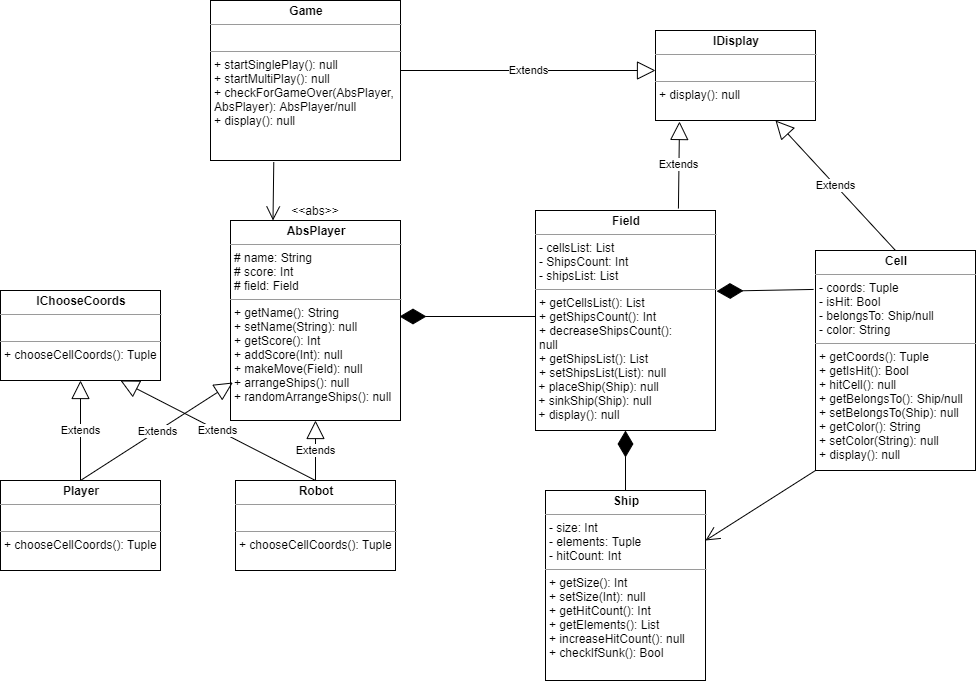
hlib-yudin/battleship keeps this draw.io diagram as uml.png. Above is the earlier version. Source tidied: cells renumbered, new cells last; positions are measured from the earlier drawing's top-left corner, leaving out a move shared by most shapes.
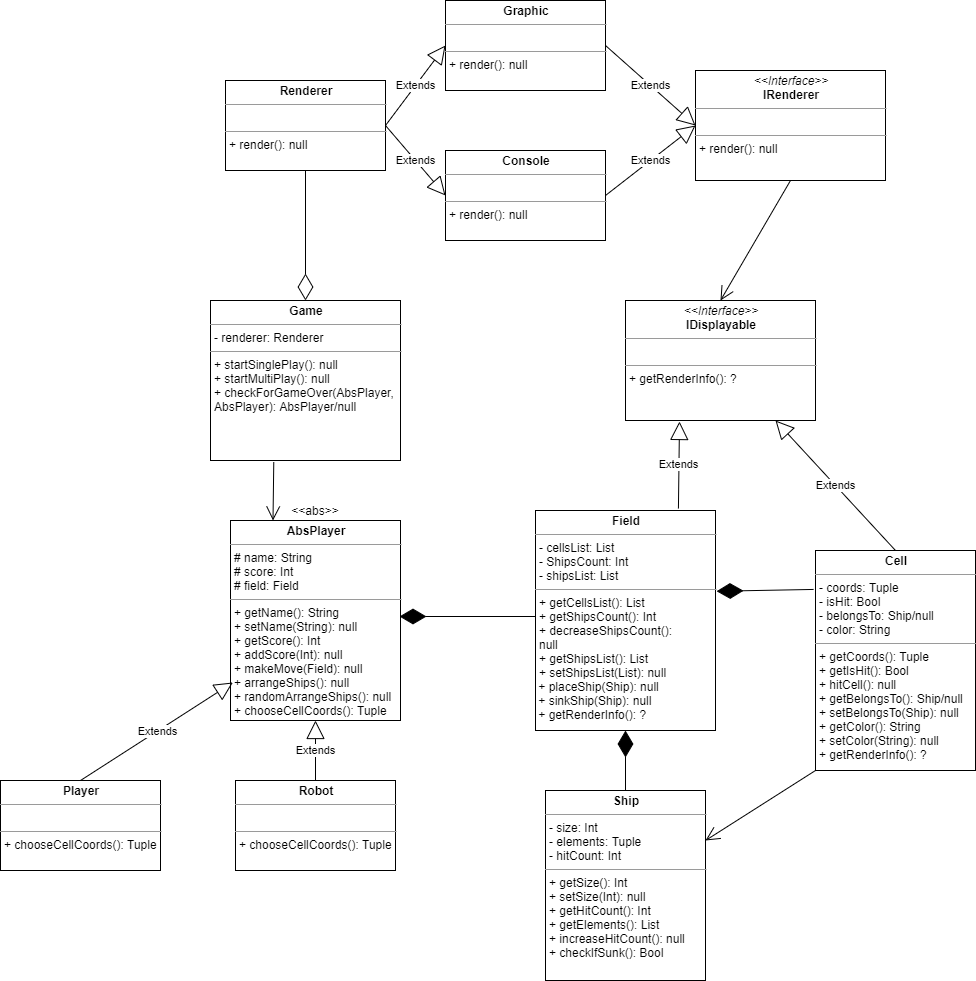
Later version of the same file.

Diff of the diagram source:
```diff
@@ -2,15 +2,12 @@
   <root>
     <mxCell id="0" />
     <mxCell id="1" parent="0" />
-    <mxCell id="2" value="&lt;p style=&quot;margin: 0px ; margin-top: 4px ; text-align: center&quot;&gt;&lt;b&gt;Game&lt;/b&gt;&lt;/p&gt;&lt;hr size=&quot;1&quot;&gt;&lt;p style=&quot;margin: 0px ; margin-left: 4px&quot;&gt;&lt;br&gt;&lt;/p&gt;&lt;hr size=&quot;1&quot;&gt;&lt;p style=&quot;margin: 0px ; margin-left: 4px&quot;&gt;+ startSinglePlay(): null&lt;/p&gt;&lt;p style=&quot;margin: 0px ; margin-left: 4px&quot;&gt;+ startMultiPlay(): null&lt;/p&gt;&lt;p style=&quot;margin: 0px ; margin-left: 4px&quot;&gt;+ checkForGameOver(AbsPlayer,&amp;nbsp;&lt;/p&gt;&lt;p style=&quot;margin: 0px ; margin-left: 4px&quot;&gt;AbsPlayer): AbsPlayer/null&lt;/p&gt;&lt;p style=&quot;margin: 0px ; margin-left: 4px&quot;&gt;+ display(): null&lt;/p&gt;&lt;p style=&quot;margin: 0px ; margin-left: 4px&quot;&gt;&lt;br&gt;&lt;/p&gt;" style="verticalAlign=top;align=left;overflow=fill;fontSize=12;fontFamily=Helvetica;html=1;" parent="1" vertex="1">
+    <mxCell id="2" value="&lt;p style=&quot;margin: 0px ; margin-top: 4px ; text-align: center&quot;&gt;&lt;b&gt;Game&lt;/b&gt;&lt;/p&gt;&lt;hr size=&quot;1&quot;&gt;&lt;p style=&quot;margin: 0px ; margin-left: 4px&quot;&gt;- renderer: Renderer&lt;/p&gt;&lt;hr size=&quot;1&quot;&gt;&lt;p style=&quot;margin: 0px ; margin-left: 4px&quot;&gt;+ startSinglePlay(): null&lt;/p&gt;&lt;p style=&quot;margin: 0px ; margin-left: 4px&quot;&gt;+ startMultiPlay(): null&lt;/p&gt;&lt;p style=&quot;margin: 0px ; margin-left: 4px&quot;&gt;+ checkForGameOver(AbsPlayer,&amp;nbsp;&lt;/p&gt;&lt;p style=&quot;margin: 0px ; margin-left: 4px&quot;&gt;AbsPlayer): AbsPlayer/null&lt;/p&gt;&lt;p style=&quot;margin: 0px ; margin-left: 4px&quot;&gt;&lt;br&gt;&lt;/p&gt;&lt;p style=&quot;margin: 0px ; margin-left: 4px&quot;&gt;&lt;br&gt;&lt;/p&gt;" style="verticalAlign=top;align=left;overflow=fill;fontSize=12;fontFamily=Helvetica;html=1;" parent="1" vertex="1">
       <mxGeometry x="210" width="190" height="160" as="geometry" />
     </mxCell>
-    <mxCell id="3" value="&lt;p style=&quot;margin: 0px ; margin-top: 4px ; text-align: center&quot;&gt;&lt;b&gt;AbsPlayer&lt;/b&gt;&lt;/p&gt;&lt;hr size=&quot;1&quot;&gt;&lt;p style=&quot;margin: 0px ; margin-left: 4px&quot;&gt;# name: String&lt;/p&gt;&lt;p style=&quot;margin: 0px ; margin-left: 4px&quot;&gt;# score: Int&lt;/p&gt;&lt;p style=&quot;margin: 0px ; margin-left: 4px&quot;&gt;# field: Field&lt;/p&gt;&lt;hr size=&quot;1&quot;&gt;&lt;p style=&quot;margin: 0px ; margin-left: 4px&quot;&gt;+ getName(): String&lt;/p&gt;&lt;p style=&quot;margin: 0px ; margin-left: 4px&quot;&gt;+ setName(String): null&lt;/p&gt;&lt;p style=&quot;margin: 0px ; margin-left: 4px&quot;&gt;+ getScore(): Int&lt;/p&gt;&lt;p style=&quot;margin: 0px ; margin-left: 4px&quot;&gt;+ addScore(Int): null&lt;/p&gt;&lt;p style=&quot;margin: 0px ; margin-left: 4px&quot;&gt;+ makeMove(Field): null&lt;/p&gt;&lt;p style=&quot;margin: 0px ; margin-left: 4px&quot;&gt;+ arrangeShips(): null&lt;/p&gt;&lt;p style=&quot;margin: 0px ; margin-left: 4px&quot;&gt;+ randomArrangeShips(): null&lt;/p&gt;" style="verticalAlign=top;align=left;overflow=fill;fontSize=12;fontFamily=Helvetica;html=1;" parent="1" vertex="1">
+    <mxCell id="3" value="&lt;p style=&quot;margin: 0px ; margin-top: 4px ; text-align: center&quot;&gt;&lt;b&gt;AbsPlayer&lt;/b&gt;&lt;/p&gt;&lt;hr size=&quot;1&quot;&gt;&lt;p style=&quot;margin: 0px ; margin-left: 4px&quot;&gt;# name: String&lt;/p&gt;&lt;p style=&quot;margin: 0px ; margin-left: 4px&quot;&gt;# score: Int&lt;/p&gt;&lt;p style=&quot;margin: 0px ; margin-left: 4px&quot;&gt;# field: Field&lt;/p&gt;&lt;hr size=&quot;1&quot;&gt;&lt;p style=&quot;margin: 0px ; margin-left: 4px&quot;&gt;+ getName(): String&lt;/p&gt;&lt;p style=&quot;margin: 0px ; margin-left: 4px&quot;&gt;+ setName(String): null&lt;/p&gt;&lt;p style=&quot;margin: 0px ; margin-left: 4px&quot;&gt;+ getScore(): Int&lt;/p&gt;&lt;p style=&quot;margin: 0px ; margin-left: 4px&quot;&gt;+ addScore(Int): null&lt;/p&gt;&lt;p style=&quot;margin: 0px ; margin-left: 4px&quot;&gt;+ makeMove(Field): null&lt;/p&gt;&lt;p style=&quot;margin: 0px ; margin-left: 4px&quot;&gt;+ arrangeShips(): null&lt;/p&gt;&lt;p style=&quot;margin: 0px ; margin-left: 4px&quot;&gt;+ randomArrangeShips(): null&lt;/p&gt;&lt;p style=&quot;margin: 0px ; margin-left: 4px&quot;&gt;+ chooseCellCoords(): Tuple&lt;/p&gt;" style="verticalAlign=top;align=left;overflow=fill;fontSize=12;fontFamily=Helvetica;html=1;" parent="1" vertex="1">
       <mxGeometry x="230" y="220" width="170" height="200" as="geometry" />
     </mxCell>
-    <mxCell id="4" value="&lt;p style=&quot;margin: 0px ; margin-top: 4px ; text-align: center&quot;&gt;&lt;b&gt;IChooseCoords&lt;/b&gt;&lt;/p&gt;&lt;hr size=&quot;1&quot;&gt;&lt;p style=&quot;margin: 0px ; margin-left: 4px&quot;&gt;&lt;br&gt;&lt;/p&gt;&lt;hr size=&quot;1&quot;&gt;&lt;p style=&quot;margin: 0px ; margin-left: 4px&quot;&gt;+ chooseCellCoords(): Tuple&lt;/p&gt;" style="verticalAlign=top;align=left;overflow=fill;fontSize=12;fontFamily=Helvetica;html=1;" parent="1" vertex="1">
-      <mxGeometry y="290" width="160" height="90" as="geometry" />
-    </mxCell>
     <mxCell id="5" value="&lt;p style=&quot;margin: 0px ; margin-top: 4px ; text-align: center&quot;&gt;&lt;b&gt;Player&lt;/b&gt;&lt;/p&gt;&lt;hr size=&quot;1&quot;&gt;&lt;p style=&quot;margin: 0px ; margin-left: 4px&quot;&gt;&lt;br&gt;&lt;/p&gt;&lt;hr size=&quot;1&quot;&gt;&lt;p style=&quot;margin: 0px ; margin-left: 4px&quot;&gt;+ chooseCellCoords(): Tuple&lt;/p&gt;" style="verticalAlign=top;align=left;overflow=fill;fontSize=12;fontFamily=Helvetica;html=1;" parent="1" vertex="1">
       <mxGeometry y="480" width="160" height="90" as="geometry" />
     </mxCell>
@@ -23,7 +20,7 @@
     <mxCell id="8" style="endArrow=open;endFill=1;endSize=12;html=1;entryX=0.25;entryY=0;entryDx=0;entryDy=0;exitX=0.333;exitY=1.011;exitDx=0;exitDy=0;exitPerimeter=0;" parent="1" edge="1" source="2" target="3">
       <mxGeometry relative="1" as="geometry" />
     </mxCell>
-    <mxCell id="9" value="&lt;p style=&quot;margin: 0px ; margin-top: 4px ; text-align: center&quot;&gt;&lt;b&gt;Field&lt;/b&gt;&lt;/p&gt;&lt;hr size=&quot;1&quot;&gt;&lt;p style=&quot;margin: 0px ; margin-left: 4px&quot;&gt;- cellsList: List&lt;/p&gt;&lt;p style=&quot;margin: 0px ; margin-left: 4px&quot;&gt;- ShipsCount: Int&lt;/p&gt;&lt;p style=&quot;margin: 0px ; margin-left: 4px&quot;&gt;- shipsList: List&lt;br&gt;&lt;/p&gt;&lt;hr size=&quot;1&quot;&gt;&lt;p style=&quot;margin: 0px ; margin-left: 4px&quot;&gt;+ getCellsList(): List&lt;/p&gt;&lt;p style=&quot;margin: 0px ; margin-left: 4px&quot;&gt;+ getShipsCount(): Int&lt;/p&gt;&lt;p style=&quot;margin: 0px ; margin-left: 4px&quot;&gt;+ decreaseShipsCount():&amp;nbsp;&lt;/p&gt;&lt;p style=&quot;margin: 0px ; margin-left: 4px&quot;&gt;null&lt;/p&gt;&lt;p style=&quot;margin: 0px ; margin-left: 4px&quot;&gt;+ getShipsList(): List&lt;/p&gt;&lt;p style=&quot;margin: 0px ; margin-left: 4px&quot;&gt;+ setShipsList(List): null&lt;/p&gt;&amp;nbsp;+ placeShip(Ship): null&lt;br&gt;&amp;nbsp;+ sinkShip(Ship): null&lt;br&gt;&amp;nbsp;+ display(): null&lt;br&gt;&lt;p style=&quot;margin: 0px ; margin-left: 4px&quot;&gt;&amp;nbsp;&lt;/p&gt;&lt;p style=&quot;margin: 0px ; margin-left: 4px&quot;&gt;&lt;br&gt;&lt;/p&gt;&lt;p style=&quot;margin: 0px ; margin-left: 4px&quot;&gt;&lt;br&gt;&lt;/p&gt;" style="verticalAlign=top;align=left;overflow=fill;fontSize=12;fontFamily=Helvetica;html=1;" parent="1" vertex="1">
+    <mxCell id="9" value="&lt;p style=&quot;margin: 0px ; margin-top: 4px ; text-align: center&quot;&gt;&lt;b&gt;Field&lt;/b&gt;&lt;/p&gt;&lt;hr size=&quot;1&quot;&gt;&lt;p style=&quot;margin: 0px ; margin-left: 4px&quot;&gt;- cellsList: List&lt;/p&gt;&lt;p style=&quot;margin: 0px ; margin-left: 4px&quot;&gt;- ShipsCount: Int&lt;/p&gt;&lt;p style=&quot;margin: 0px ; margin-left: 4px&quot;&gt;- shipsList: List&lt;br&gt;&lt;/p&gt;&lt;hr size=&quot;1&quot;&gt;&lt;p style=&quot;margin: 0px ; margin-left: 4px&quot;&gt;+ getCellsList(): List&lt;/p&gt;&lt;p style=&quot;margin: 0px ; margin-left: 4px&quot;&gt;+ getShipsCount(): Int&lt;/p&gt;&lt;p style=&quot;margin: 0px ; margin-left: 4px&quot;&gt;+ decreaseShipsCount():&amp;nbsp;&lt;/p&gt;&lt;p style=&quot;margin: 0px ; margin-left: 4px&quot;&gt;null&lt;/p&gt;&lt;p style=&quot;margin: 0px ; margin-left: 4px&quot;&gt;+ getShipsList(): List&lt;/p&gt;&lt;p style=&quot;margin: 0px ; margin-left: 4px&quot;&gt;+ setShipsList(List): null&lt;/p&gt;&amp;nbsp;+ placeShip(Ship): null&lt;br&gt;&amp;nbsp;+ sinkShip(Ship): null&lt;br&gt;&amp;nbsp;+ getRenderInfo(): ?&lt;br&gt;&lt;p style=&quot;margin: 0px ; margin-left: 4px&quot;&gt;&amp;nbsp;&lt;/p&gt;&lt;p style=&quot;margin: 0px ; margin-left: 4px&quot;&gt;&lt;br&gt;&lt;/p&gt;&lt;p style=&quot;margin: 0px ; margin-left: 4px&quot;&gt;&lt;br&gt;&lt;/p&gt;" style="verticalAlign=top;align=left;overflow=fill;fontSize=12;fontFamily=Helvetica;html=1;" parent="1" vertex="1">
       <mxGeometry x="535" y="210" width="180" height="220" as="geometry" />
     </mxCell>
     <mxCell id="10" style="endArrow=diamondThin;endFill=1;endSize=24;html=1;exitX=0;exitY=0.5;exitDx=0;exitDy=0;" parent="1" edge="1">
@@ -32,21 +29,15 @@
         <mxPoint x="399" y="316" as="targetPoint" />
       </mxGeometry>
     </mxCell>
-    <mxCell id="11" value="&lt;p style=&quot;margin: 0px ; margin-top: 4px ; text-align: center&quot;&gt;&lt;b&gt;Cell&lt;/b&gt;&lt;/p&gt;&lt;hr size=&quot;1&quot;&gt;&lt;p style=&quot;margin: 0px ; margin-left: 4px&quot;&gt;- coords: Tuple&lt;/p&gt;&lt;p style=&quot;margin: 0px ; margin-left: 4px&quot;&gt;- isHit: Bool&lt;/p&gt;&lt;p style=&quot;margin: 0px ; margin-left: 4px&quot;&gt;- belongsTo: Ship/null&lt;/p&gt;&lt;p style=&quot;margin: 0px ; margin-left: 4px&quot;&gt;- color: String&lt;/p&gt;&lt;hr size=&quot;1&quot;&gt;&lt;p style=&quot;margin: 0px ; margin-left: 4px&quot;&gt;+ getCoords(): Tuple&lt;/p&gt;&lt;p style=&quot;margin: 0px ; margin-left: 4px&quot;&gt;+ getIsHit(): Bool&lt;/p&gt;&lt;p style=&quot;margin: 0px ; margin-left: 4px&quot;&gt;+ hitCell(): null&lt;/p&gt;&lt;p style=&quot;margin: 0px ; margin-left: 4px&quot;&gt;+ getBelongsTo(): Ship/null&lt;/p&gt;&lt;p style=&quot;margin: 0px ; margin-left: 4px&quot;&gt;+ setBelongsTo(Ship): null&lt;/p&gt;&lt;p style=&quot;margin: 0px ; margin-left: 4px&quot;&gt;+ getColor(): String&lt;/p&gt;&lt;p style=&quot;margin: 0px ; margin-left: 4px&quot;&gt;+ setColor(String): null&lt;/p&gt;&lt;p style=&quot;margin: 0px ; margin-left: 4px&quot;&gt;+ display(): null&lt;/p&gt;" style="verticalAlign=top;align=left;overflow=fill;fontSize=12;fontFamily=Helvetica;html=1;" parent="1" vertex="1">
+    <mxCell id="11" value="&lt;p style=&quot;margin: 0px ; margin-top: 4px ; text-align: center&quot;&gt;&lt;b&gt;Cell&lt;/b&gt;&lt;/p&gt;&lt;hr size=&quot;1&quot;&gt;&lt;p style=&quot;margin: 0px ; margin-left: 4px&quot;&gt;- coords: Tuple&lt;/p&gt;&lt;p style=&quot;margin: 0px ; margin-left: 4px&quot;&gt;- isHit: Bool&lt;/p&gt;&lt;p style=&quot;margin: 0px ; margin-left: 4px&quot;&gt;- belongsTo: Ship/null&lt;/p&gt;&lt;p style=&quot;margin: 0px ; margin-left: 4px&quot;&gt;- color: String&lt;/p&gt;&lt;hr size=&quot;1&quot;&gt;&lt;p style=&quot;margin: 0px ; margin-left: 4px&quot;&gt;+ getCoords(): Tuple&lt;/p&gt;&lt;p style=&quot;margin: 0px ; margin-left: 4px&quot;&gt;+ getIsHit(): Bool&lt;/p&gt;&lt;p style=&quot;margin: 0px ; margin-left: 4px&quot;&gt;+ hitCell(): null&lt;/p&gt;&lt;p style=&quot;margin: 0px ; margin-left: 4px&quot;&gt;+ getBelongsTo(): Ship/null&lt;/p&gt;&lt;p style=&quot;margin: 0px ; margin-left: 4px&quot;&gt;+ setBelongsTo(Ship): null&lt;/p&gt;&lt;p style=&quot;margin: 0px ; margin-left: 4px&quot;&gt;+ getColor(): String&lt;/p&gt;&lt;p style=&quot;margin: 0px ; margin-left: 4px&quot;&gt;+ setColor(String): null&lt;/p&gt;&lt;p style=&quot;margin: 0px ; margin-left: 4px&quot;&gt;+ getRenderInfo(): ?&lt;/p&gt;" style="verticalAlign=top;align=left;overflow=fill;fontSize=12;fontFamily=Helvetica;html=1;" parent="1" vertex="1">
       <mxGeometry x="815" y="250" width="160" height="220" as="geometry" />
     </mxCell>
-    <mxCell id="12" value="Extends" style="endArrow=block;endSize=16;endFill=0;html=1;exitX=0.5;exitY=0;exitDx=0;exitDy=0;entryX=0.5;entryY=1;entryDx=0;entryDy=0;" parent="1" edge="1" source="5" target="4">
-      <mxGeometry relative="1" as="geometry" />
-    </mxCell>
     <mxCell id="13" value="Extends" style="endArrow=block;endSize=16;endFill=0;html=1;exitX=0.5;exitY=0;exitDx=0;exitDy=0;entryX=0.014;entryY=0.81;entryDx=0;entryDy=0;entryPerimeter=0;" parent="1" edge="1" source="5" target="3">
       <mxGeometry relative="1" as="geometry" />
     </mxCell>
     <mxCell id="14" value="Extends" style="endArrow=block;endSize=16;endFill=0;html=1;exitX=0.5;exitY=0;exitDx=0;exitDy=0;entryX=0.5;entryY=1;entryDx=0;entryDy=0;" parent="1" edge="1" source="6" target="3">
       <mxGeometry relative="1" as="geometry" />
     </mxCell>
-    <mxCell id="15" value="Extends" style="endArrow=block;endSize=16;endFill=0;html=1;exitX=0.5;exitY=0;exitDx=0;exitDy=0;entryX=0.75;entryY=1;entryDx=0;entryDy=0;" parent="1" edge="1" source="6" target="4">
-      <mxGeometry relative="1" as="geometry" />
-    </mxCell>
     <mxCell id="16" style="endArrow=diamondThin;endFill=1;endSize=24;html=1;exitX=-0.012;exitY=0.177;exitDx=0;exitDy=0;entryX=1.006;entryY=0.367;entryDx=0;entryDy=0;entryPerimeter=0;exitPerimeter=0;" parent="1" edge="1" source="11" target="9">
       <mxGeometry relative="1" as="geometry" />
     </mxCell>
@@ -61,20 +52,48 @@
     <mxCell id="19" style="endArrow=diamondThin;endFill=1;endSize=24;html=1;exitX=0.5;exitY=0;exitDx=0;exitDy=0;entryX=0.5;entryY=1;entryDx=0;entryDy=0;" parent="1" edge="1" source="17" target="9">
       <mxGeometry relative="1" as="geometry" />
     </mxCell>
-    <mxCell id="20" value="&lt;p style=&quot;margin: 0px ; margin-top: 4px ; text-align: center&quot;&gt;&lt;b&gt;IDisplay&lt;/b&gt;&lt;/p&gt;&lt;hr size=&quot;1&quot;&gt;&lt;p style=&quot;margin: 0px ; margin-left: 4px&quot;&gt;&lt;br&gt;&lt;/p&gt;&lt;hr size=&quot;1&quot;&gt;&lt;p style=&quot;margin: 0px ; margin-left: 4px&quot;&gt;+ display(): null&lt;/p&gt;" style="verticalAlign=top;align=left;overflow=fill;fontSize=12;fontFamily=Helvetica;html=1;" parent="1" vertex="1">
-      <mxGeometry x="655" y="30" width="160" height="90" as="geometry" />
-    </mxCell>
-    <mxCell id="21" value="Extends" style="endArrow=block;endSize=16;endFill=0;html=1;" parent="1" edge="1">
-      <mxGeometry relative="1" as="geometry">
-        <mxPoint x="400" y="70" as="sourcePoint" />
-        <mxPoint x="655" y="70" as="targetPoint" />
-      </mxGeometry>
-    </mxCell>
-    <mxCell id="22" value="Extends" style="endArrow=block;endSize=16;endFill=0;html=1;exitX=0.794;exitY=-0.009;exitDx=0;exitDy=0;exitPerimeter=0;entryX=0.15;entryY=1.011;entryDx=0;entryDy=0;entryPerimeter=0;" parent="1" edge="1" source="9" target="20">
-      <mxGeometry relative="1" as="geometry" />
+    <mxCell id="22" value="Extends" style="endArrow=block;endSize=16;endFill=0;html=1;exitX=0.794;exitY=-0.009;exitDx=0;exitDy=0;exitPerimeter=0;entryX=0.15;entryY=1.011;entryDx=0;entryDy=0;entryPerimeter=0;" parent="1" edge="1" source="9">
+      <mxGeometry relative="1" as="geometry">
+        <mxPoint x="679" y="121" as="targetPoint" />
+      </mxGeometry>
     </mxCell>
-    <mxCell id="23" value="Extends" style="endArrow=block;endSize=16;endFill=0;html=1;entryX=0.75;entryY=1;entryDx=0;entryDy=0;exitX=0.5;exitY=0;exitDx=0;exitDy=0;" parent="1" edge="1" source="11" target="20">
-      <mxGeometry relative="1" as="geometry" />
+    <mxCell id="23" value="Extends" style="endArrow=block;endSize=16;endFill=0;html=1;entryX=0.75;entryY=1;entryDx=0;entryDy=0;exitX=0.5;exitY=0;exitDx=0;exitDy=0;" parent="1" edge="1" source="11">
+      <mxGeometry relative="1" as="geometry">
+        <mxPoint x="775" y="120" as="targetPoint" />
+      </mxGeometry>
     </mxCell>
+    <mxCell id="24" value="&lt;p style=&quot;margin: 0px ; margin-top: 4px ; text-align: center&quot;&gt;&lt;i&gt;&amp;lt;&amp;lt;Interface&amp;gt;&amp;gt;&lt;/i&gt;&lt;br&gt;&lt;b&gt;IDisplayable&lt;/b&gt;&lt;/p&gt;&lt;hr size=&quot;1&quot;&gt;&lt;p style=&quot;margin: 0px ; margin-left: 4px&quot;&gt;&lt;br&gt;&lt;/p&gt;&lt;hr size=&quot;1&quot;&gt;&lt;p style=&quot;margin: 0px ; margin-left: 4px&quot;&gt;+ getRenderInfo(): ?&lt;br&gt;&lt;/p&gt;" style="verticalAlign=top;align=left;overflow=fill;fontSize=12;fontFamily=Helvetica;html=1;" parent="1" vertex="1">
+      <mxGeometry x="625" width="190" height="120" as="geometry" />
+    </mxCell>
+    <mxCell id="25" value="&lt;p style=&quot;margin: 0px ; margin-top: 4px ; text-align: center&quot;&gt;&lt;i&gt;&amp;lt;&amp;lt;Interface&amp;gt;&amp;gt;&lt;/i&gt;&lt;br&gt;&lt;b&gt;IRenderer&lt;/b&gt;&lt;/p&gt;&lt;hr size=&quot;1&quot;&gt;&lt;p style=&quot;margin: 0px ; margin-left: 4px&quot;&gt;&lt;br&gt;&lt;/p&gt;&lt;hr size=&quot;1&quot;&gt;&lt;p style=&quot;margin: 0px ; margin-left: 4px&quot;&gt;+ render(): null&lt;/p&gt;" style="verticalAlign=top;align=left;overflow=fill;fontSize=12;fontFamily=Helvetica;html=1;" parent="1" vertex="1">
+      <mxGeometry x="695" y="-230" width="190" height="110" as="geometry" />
+    </mxCell>
+    <mxCell id="26" style="endArrow=open;endFill=1;endSize=12;html=1;exitX=0.5;exitY=1;exitDx=0;exitDy=0;entryX=0.5;entryY=0;entryDx=0;entryDy=0;" parent="1" edge="1" source="25" target="24">
+      <mxGeometry relative="1" as="geometry" />
+    </mxCell>
+    <mxCell id="27" value="&lt;p style=&quot;margin: 0px ; margin-top: 4px ; text-align: center&quot;&gt;&lt;b&gt;Console&lt;/b&gt;&lt;/p&gt;&lt;hr size=&quot;1&quot;&gt;&lt;p style=&quot;margin: 0px ; margin-left: 4px&quot;&gt;&lt;br&gt;&lt;/p&gt;&lt;hr size=&quot;1&quot;&gt;&lt;p style=&quot;margin: 0px ; margin-left: 4px&quot;&gt;+ render(): null&lt;br&gt;&lt;/p&gt;" style="verticalAlign=top;align=left;overflow=fill;fontSize=12;fontFamily=Helvetica;html=1;" parent="1" vertex="1">
+      <mxGeometry x="445" y="-150" width="160" height="90" as="geometry" />
+    </mxCell>
+    <mxCell id="28" value="&lt;p style=&quot;margin: 0px ; margin-top: 4px ; text-align: center&quot;&gt;&lt;b&gt;Graphic&lt;/b&gt;&lt;/p&gt;&lt;hr size=&quot;1&quot;&gt;&lt;p style=&quot;margin: 0px ; margin-left: 4px&quot;&gt;&lt;br&gt;&lt;/p&gt;&lt;hr size=&quot;1&quot;&gt;&lt;p style=&quot;margin: 0px ; margin-left: 4px&quot;&gt;+ render(): null&lt;br&gt;&lt;/p&gt;" style="verticalAlign=top;align=left;overflow=fill;fontSize=12;fontFamily=Helvetica;html=1;" parent="1" vertex="1">
+      <mxGeometry x="445" y="-300" width="160" height="90" as="geometry" />
+    </mxCell>
+    <mxCell id="29" value="Extends" style="endArrow=block;endSize=16;endFill=0;html=1;exitX=1;exitY=0.5;exitDx=0;exitDy=0;entryX=0;entryY=0.5;entryDx=0;entryDy=0;" parent="1" edge="1" source="28" target="25">
+      <mxGeometry relative="1" as="geometry" />
+    </mxCell>
+    <mxCell id="30" value="Extends" style="endArrow=block;endSize=16;endFill=0;html=1;exitX=1;exitY=0.5;exitDx=0;exitDy=0;entryX=0;entryY=0.5;entryDx=0;entryDy=0;" parent="1" edge="1" source="27" target="25">
+      <mxGeometry relative="1" as="geometry" />
+    </mxCell>
+    <mxCell id="31" value="&lt;p style=&quot;margin: 0px ; margin-top: 4px ; text-align: center&quot;&gt;&lt;b&gt;Renderer&lt;/b&gt;&lt;/p&gt;&lt;hr size=&quot;1&quot;&gt;&lt;p style=&quot;margin: 0px ; margin-left: 4px&quot;&gt;&lt;br&gt;&lt;/p&gt;&lt;hr size=&quot;1&quot;&gt;&lt;p style=&quot;margin: 0px ; margin-left: 4px&quot;&gt;+ render(): null&lt;/p&gt;" style="verticalAlign=top;align=left;overflow=fill;fontSize=12;fontFamily=Helvetica;html=1;" parent="1" vertex="1">
+      <mxGeometry x="225" y="-220" width="160" height="90" as="geometry" />
+    </mxCell>
+    <mxCell id="32" value="Extends" style="endArrow=block;endSize=16;endFill=0;html=1;exitX=1;exitY=0.5;exitDx=0;exitDy=0;entryX=0;entryY=0.5;entryDx=0;entryDy=0;" parent="1" edge="1" source="31" target="28">
+      <mxGeometry relative="1" as="geometry" />
+    </mxCell>
+    <mxCell id="33" value="Extends" style="endArrow=block;endSize=16;endFill=0;html=1;exitX=1;exitY=0.5;exitDx=0;exitDy=0;entryX=0;entryY=0.5;entryDx=0;entryDy=0;" parent="1" edge="1" source="31" target="27">
+      <mxGeometry relative="1" as="geometry" />
+    </mxCell>
+    <mxCell id="34" style="endArrow=diamondThin;endFill=0;endSize=24;html=1;exitX=0.5;exitY=1;exitDx=0;exitDy=0;entryX=0.5;entryY=0;entryDx=0;entryDy=0;" parent="1" edge="1" source="31" target="2">
+      <mxGeometry relative="1" as="geometry" />
+    </mxCell>
   </root>
 </mxGraphModel>
```
